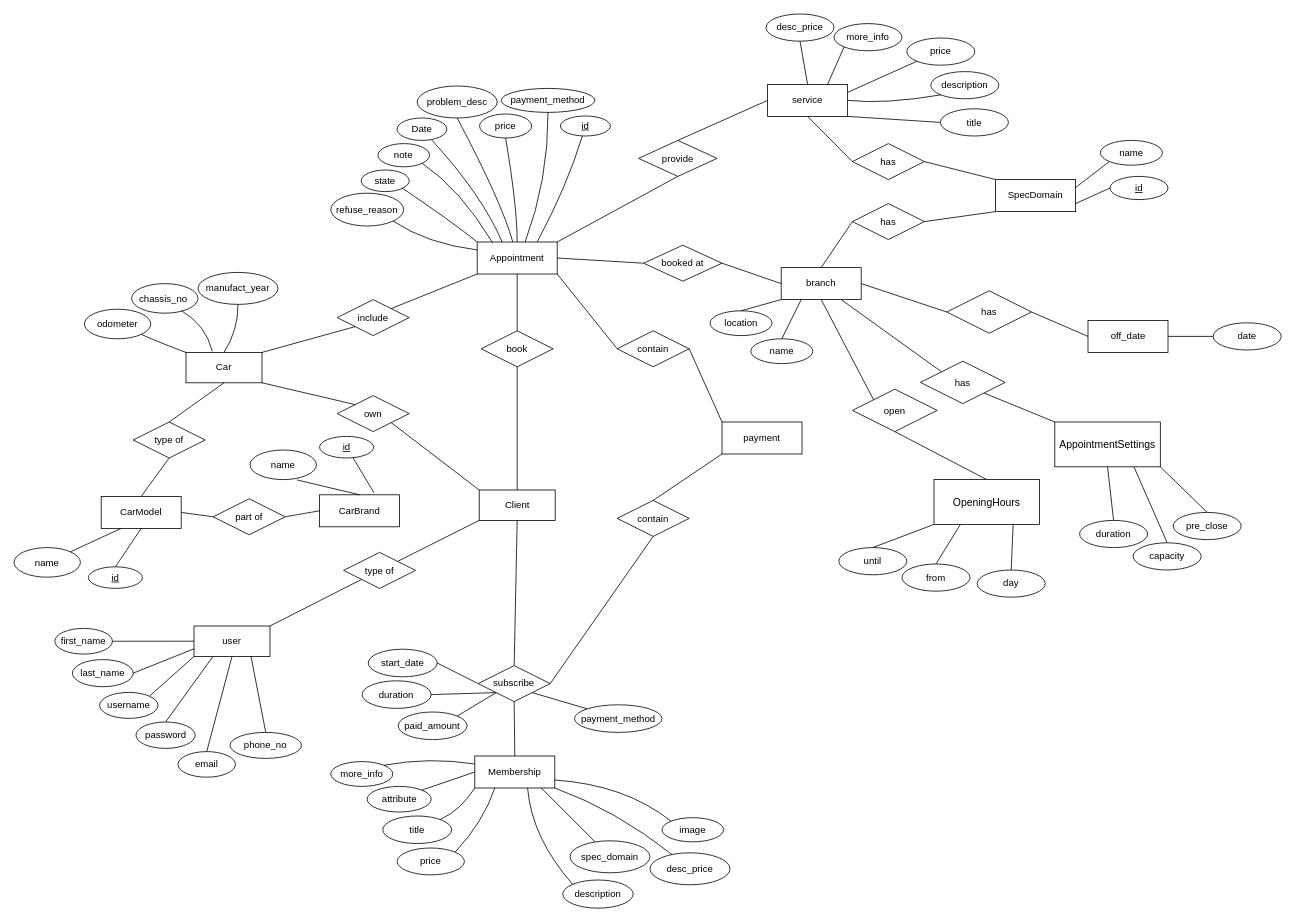
Earlier version of the draw.io diagram Untitled Diagram.drawio.xml (imusllam23/sample-themes). Source tidied: cells renumbered, new cells numbered last; positions are measured from the earlier drawing's top-left corner, leaving out a move shared by most shapes. Both pictures are drawn from the tidied source at 80%, with x=0, y=0 at pixel (14, 14).
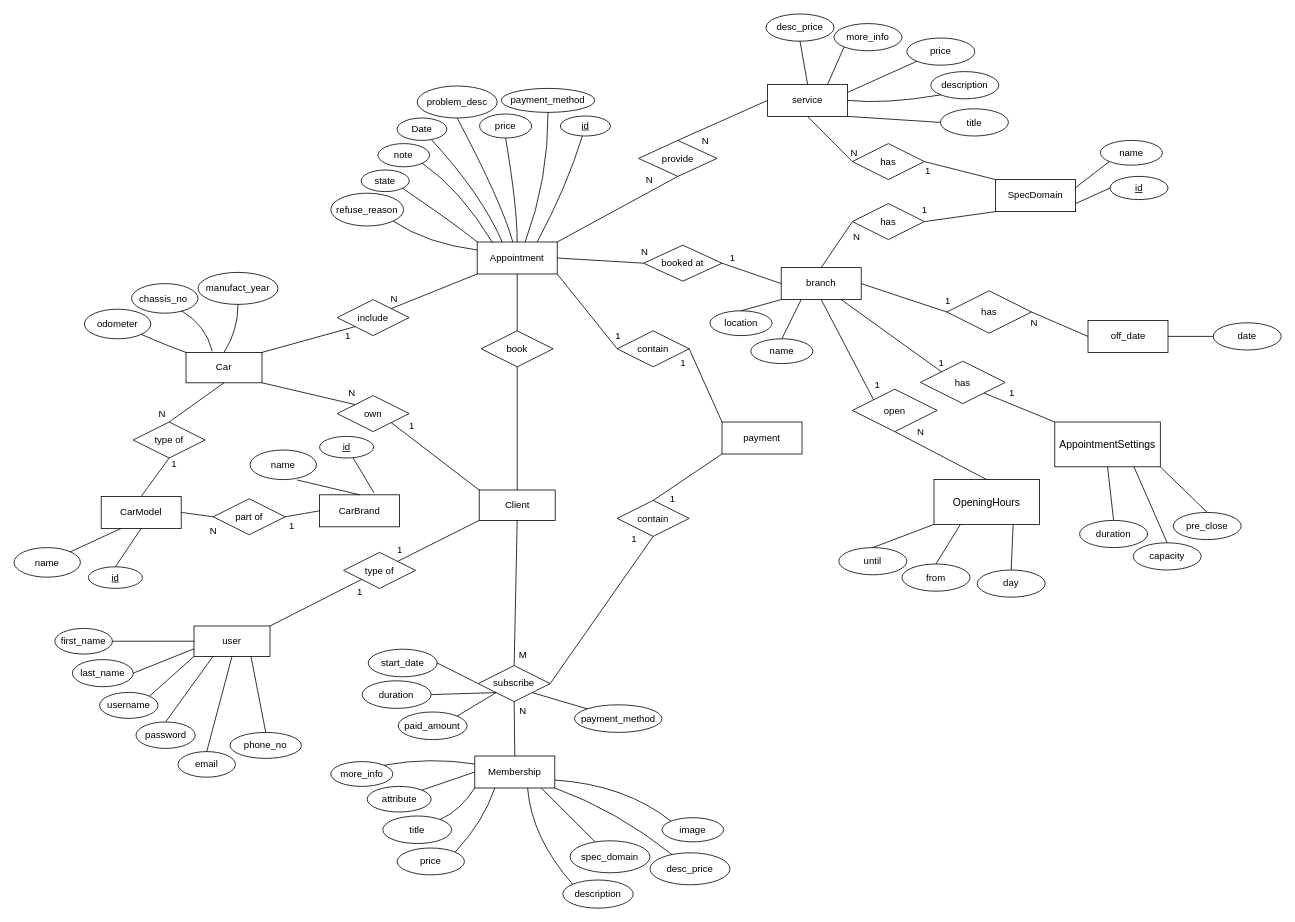
Above is the later version.

Change to the diagram source:
```diff
@@
+    <mxCell id="162" value="1" style="text;html=1;align=center;verticalAlign=middle;strokeColor=none;fillColor=none;" parent="1" vertex="1">
+      <mxGeometry x="885" y="292" width="25" height="26" as="geometry" />
+    </mxCell>
+    <mxCell id="163" value="N" style="text;html=1;align=center;verticalAlign=middle;strokeColor=none;fillColor=none;" parent="1" vertex="1">
+      <mxGeometry x="774" y="285" width="27" height="26" as="geometry" />
+    </mxCell>
+    <mxCell id="164" value="N" style="text;html=1;align=center;verticalAlign=middle;strokeColor=none;fillColor=none;" parent="1" vertex="1">
+      <mxGeometry x="461" y="343" width="27" height="26" as="geometry" />
+    </mxCell>
+    <mxCell id="165" value="1" style="text;html=1;align=center;verticalAlign=middle;strokeColor=none;fillColor=none;" parent="1" vertex="1">
+      <mxGeometry x="404" y="390" width="25" height="26" as="geometry" />
+    </mxCell>
+    <mxCell id="166" value="N" style="text;html=1;align=center;verticalAlign=middle;strokeColor=none;fillColor=none;" parent="1" vertex="1">
+      <mxGeometry x="408.2" y="461" width="27" height="26" as="geometry" />
+    </mxCell>
+    <mxCell id="167" value="1" style="text;html=1;align=center;verticalAlign=middle;strokeColor=none;fillColor=none;" parent="1" vertex="1">
+      <mxGeometry x="484" y="502" width="25" height="26" as="geometry" />
+    </mxCell>
+    <mxCell id="168" value="M" style="text;html=1;align=center;verticalAlign=middle;strokeColor=none;fillColor=none;" parent="1" vertex="1">
+      <mxGeometry x="622" y="788.5" width="28" height="26" as="geometry" />
+    </mxCell>
+    <mxCell id="169" value="N" style="text;html=1;align=center;verticalAlign=middle;strokeColor=none;fillColor=none;" parent="1" vertex="1">
+      <mxGeometry x="622" y="859" width="27" height="26" as="geometry" />
+    </mxCell>
+    <mxCell id="170" value="1" style="text;html=1;align=center;verticalAlign=middle;strokeColor=none;fillColor=none;" parent="1" vertex="1">
+      <mxGeometry x="334.3" y="627" width="25" height="26" as="geometry" />
+    </mxCell>
+    <mxCell id="171" value="N" style="text;html=1;align=center;verticalAlign=middle;strokeColor=none;fillColor=none;" parent="1" vertex="1">
+      <mxGeometry x="235" y="633" width="27" height="26" as="geometry" />
+    </mxCell>
+    <mxCell id="172" value="N" style="text;html=1;align=center;verticalAlign=middle;strokeColor=none;fillColor=none;" parent="1" vertex="1">
+      <mxGeometry x="171" y="487" width="27" height="26" as="geometry" />
+    </mxCell>
+    <mxCell id="173" value="1" style="text;html=1;align=center;verticalAlign=middle;strokeColor=none;fillColor=none;" parent="1" vertex="1">
+      <mxGeometry x="187" y="550" width="25" height="26" as="geometry" />
+    </mxCell>
+    <mxCell id="174" value="1" style="text;html=1;align=center;verticalAlign=middle;strokeColor=none;fillColor=none;" parent="1" vertex="1">
+      <mxGeometry x="419.5" y="710" width="25" height="26" as="geometry" />
+    </mxCell>
+    <mxCell id="175" value="1" style="text;html=1;align=center;verticalAlign=middle;strokeColor=none;fillColor=none;" parent="1" vertex="1">
+      <mxGeometry x="469" y="657" width="25" height="26" as="geometry" />
+    </mxCell>
+    <mxCell id="176" value="1" style="text;html=1;align=center;verticalAlign=middle;strokeColor=none;fillColor=none;" parent="1" vertex="1">
+      <mxGeometry x="742.8" y="390" width="25" height="26" as="geometry" />
+    </mxCell>
+    <mxCell id="177" value="1" style="text;html=1;align=center;verticalAlign=middle;strokeColor=none;fillColor=none;" parent="1" vertex="1">
+      <mxGeometry x="823.5" y="423" width="25" height="26" as="geometry" />
+    </mxCell>
+    <mxCell id="178" value="1" style="text;html=1;align=center;verticalAlign=middle;strokeColor=none;fillColor=none;" parent="1" vertex="1">
+      <mxGeometry x="762" y="643" width="25" height="26" as="geometry" />
+    </mxCell>
+    <mxCell id="179" value="1" style="text;html=1;align=center;verticalAlign=middle;strokeColor=none;fillColor=none;" parent="1" vertex="1">
+      <mxGeometry x="810" y="593" width="25" height="26" as="geometry" />
+    </mxCell>
+    <mxCell id="180" value="1" style="text;html=1;align=center;verticalAlign=middle;strokeColor=none;fillColor=none;" parent="1" vertex="1">
+      <mxGeometry x="1154" y="346" width="25" height="26" as="geometry" />
+    </mxCell>
+    <mxCell id="181" value="N" style="text;html=1;align=center;verticalAlign=middle;strokeColor=none;fillColor=none;" parent="1" vertex="1">
+      <mxGeometry x="1261" y="374" width="27" height="26" as="geometry" />
+    </mxCell>
+    <mxCell id="182" value="N" style="text;html=1;align=center;verticalAlign=middle;strokeColor=none;fillColor=none;" parent="1" vertex="1">
+      <mxGeometry x="1119" y="510" width="27" height="26" as="geometry" />
+    </mxCell>
+    <mxCell id="183" value="1" style="text;html=1;align=center;verticalAlign=middle;strokeColor=none;fillColor=none;" parent="1" vertex="1">
+      <mxGeometry x="1066" y="451" width="25" height="26" as="geometry" />
+    </mxCell>
+    <mxCell id="184" value="1" style="text;html=1;align=center;verticalAlign=middle;strokeColor=none;fillColor=none;" parent="1" vertex="1">
+      <mxGeometry x="1146" y="423" width="25" height="26" as="geometry" />
+    </mxCell>
+    <mxCell id="185" value="1" style="text;html=1;align=center;verticalAlign=middle;strokeColor=none;fillColor=none;" parent="1" vertex="1">
+      <mxGeometry x="1234" y="461" width="25" height="26" as="geometry" />
+    </mxCell>
+    <mxCell id="186" value="N" style="text;html=1;align=center;verticalAlign=middle;strokeColor=none;fillColor=none;" parent="1" vertex="1">
+      <mxGeometry x="1039" y="266" width="27" height="26" as="geometry" />
+    </mxCell>
+    <mxCell id="187" value="1" style="text;html=1;align=center;verticalAlign=middle;strokeColor=none;fillColor=none;" parent="1" vertex="1">
+      <mxGeometry x="1125" y="232" width="25" height="26" as="geometry" />
+    </mxCell>
+    <mxCell id="188" value="N" style="text;html=1;align=center;verticalAlign=middle;strokeColor=none;fillColor=none;" parent="1" vertex="1">
+      <mxGeometry x="1036" y="160.5" width="27" height="26" as="geometry" />
+    </mxCell>
+    <mxCell id="189" value="1" style="text;html=1;align=center;verticalAlign=middle;strokeColor=none;fillColor=none;" parent="1" vertex="1">
+      <mxGeometry x="1129" y="184" width="25" height="26" as="geometry" />
+    </mxCell>
+    <mxCell id="190" value="N" style="text;html=1;align=center;verticalAlign=middle;strokeColor=none;fillColor=none;" parent="1" vertex="1">
+      <mxGeometry x="780.8" y="195" width="27" height="26" as="geometry" />
+    </mxCell>
+    <mxCell id="191" value="N" style="text;html=1;align=center;verticalAlign=middle;strokeColor=none;fillColor=none;" parent="1" vertex="1">
+      <mxGeometry x="850" y="146" width="27" height="26" as="geometry" />
+    </mxCell>
```
